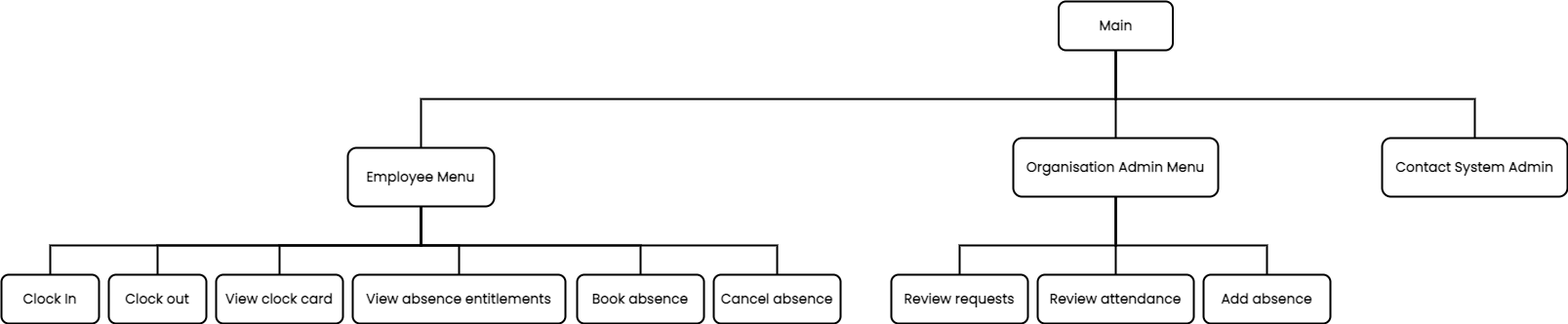
Earlier version of the draw.io export documentation/ux/structure.png (sejungkwak/work-time). Source tidied: cells renumbered, new cells last; positions are measured from the earlier drawing's top-left corner, leaving out a move shared by most shapes.
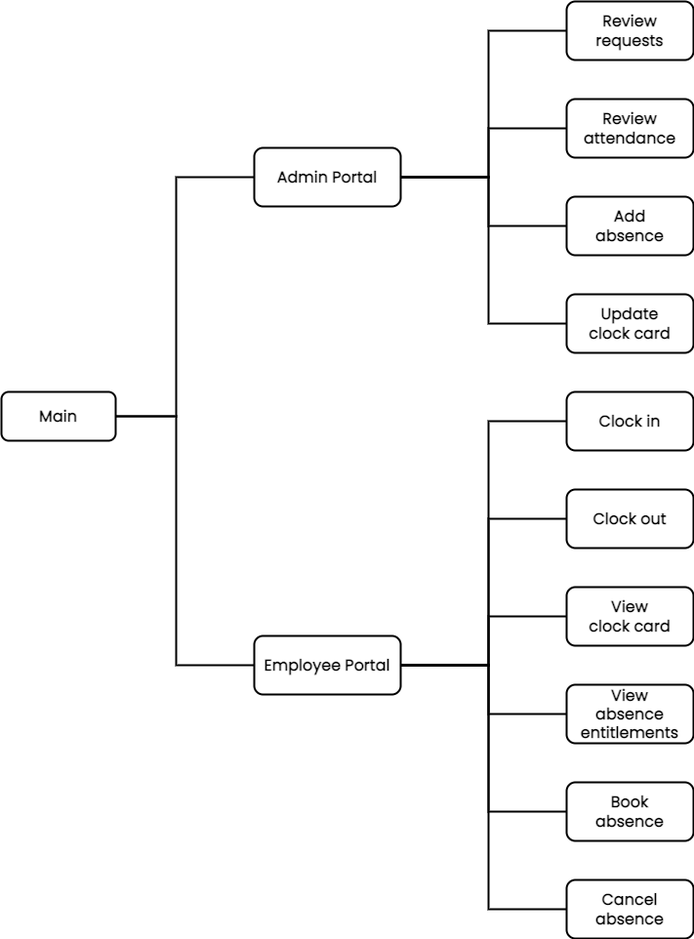
The same diagram one commit later.

Commit message:
mod: Replace app structure diagram file

Change to the diagram source:
```diff
@@ -2,130 +2,145 @@
   <root>
     <mxCell id="0" />
     <mxCell id="1" parent="0" />
-    <mxCell id="2" value="&lt;b&gt;&lt;font style=&quot;font-size: 14px;&quot;&gt;Main&lt;/font&gt;&lt;/b&gt;" style="rounded=1;whiteSpace=wrap;html=1;fontFamily=Poppins;fontSource=https%3A%2F%2Ffonts.googleapis.com%2Fcss%3Ffamily%3DPoppins;fontSize=12;strokeWidth=2;" parent="1" vertex="1">
-      <mxGeometry x="1083.5" width="117" height="50" as="geometry" />
+    <mxCell id="2" value="&lt;b style=&quot;font-size: 16px;&quot;&gt;&lt;font style=&quot;font-size: 16px;&quot;&gt;Main&lt;/font&gt;&lt;/b&gt;" style="rounded=1;whiteSpace=wrap;html=1;fontFamily=Poppins;fontSource=https%3A%2F%2Ffonts.googleapis.com%2Fcss%3Ffamily%3DPoppins;fontSize=16;strokeWidth=2;" parent="1" vertex="1">
+      <mxGeometry x="486" y="-140" width="117" height="50" as="geometry" />
     </mxCell>
-    <mxCell id="3" value="&lt;b&gt;&lt;font style=&quot;font-size: 14px;&quot;&gt;Employee Menu&lt;/font&gt;&lt;/b&gt;" style="rounded=1;whiteSpace=wrap;html=1;fontFamily=Poppins;fontSource=https%3A%2F%2Ffonts.googleapis.com%2Fcss%3Ffamily%3DPoppins;fontSize=12;strokeWidth=2;" parent="1" vertex="1">
-      <mxGeometry x="355" y="150" width="150" height="60" as="geometry" />
+    <mxCell id="3" value="&lt;b style=&quot;font-size: 16px;&quot;&gt;&lt;font style=&quot;font-size: 16px;&quot;&gt;Employee Portal&lt;/font&gt;&lt;/b&gt;" style="rounded=1;whiteSpace=wrap;html=1;fontFamily=Poppins;fontSource=https%3A%2F%2Ffonts.googleapis.com%2Fcss%3Ffamily%3DPoppins;fontSize=16;strokeWidth=2;" parent="1" vertex="1">
+      <mxGeometry x="745" y="110" width="150" height="60" as="geometry" />
     </mxCell>
-    <mxCell id="4" value="&lt;b&gt;&lt;font style=&quot;font-size: 14px;&quot;&gt;Organisation Admin Menu&lt;/font&gt;&lt;/b&gt;" style="rounded=1;whiteSpace=wrap;html=1;fontFamily=Poppins;fontSource=https%3A%2F%2Ffonts.googleapis.com%2Fcss%3Ffamily%3DPoppins;fontSize=12;strokeWidth=2;" parent="1" vertex="1">
-      <mxGeometry x="1037" y="140" width="210" height="60" as="geometry" />
+    <mxCell id="4" value="&lt;b style=&quot;font-size: 16px;&quot;&gt;&lt;font style=&quot;font-size: 16px;&quot;&gt;Admin Portal&lt;/font&gt;&lt;/b&gt;" style="rounded=1;whiteSpace=wrap;html=1;fontFamily=Poppins;fontSource=https%3A%2F%2Ffonts.googleapis.com%2Fcss%3Ffamily%3DPoppins;fontSize=16;strokeWidth=2;" parent="1" vertex="1">
+      <mxGeometry x="745" y="-390" width="150" height="60" as="geometry" />
     </mxCell>
-    <mxCell id="5" value="&lt;b&gt;&lt;font style=&quot;font-size: 14px;&quot;&gt;Contact System Admin&lt;/font&gt;&lt;/b&gt;" style="rounded=1;whiteSpace=wrap;html=1;fontFamily=Poppins;fontSource=https%3A%2F%2Ffonts.googleapis.com%2Fcss%3Ffamily%3DPoppins;fontSize=12;strokeWidth=2;" parent="1" vertex="1">
-      <mxGeometry x="1415" y="140" width="190" height="60" as="geometry" />
-    </mxCell>
-    <mxCell id="6" style="endArrow=none;html=1;rounded=0;entryX=0.5;entryY=1;entryDx=0;entryDy=0;exitX=0.5;exitY=0;exitDx=0;exitDy=0;fontFamily=Poppins;fontSource=https%3A%2F%2Ffonts.googleapis.com%2Fcss%3Ffamily%3DPoppins;fontSize=12;strokeWidth=2;" parent="1" edge="1" source="4" target="2">
-      <mxGeometry relative="1" as="geometry" />
+    <mxCell id="6" style="endArrow=none;html=1;rounded=0;exitX=0;exitY=0.5;exitDx=0;exitDy=0;fontFamily=Poppins;fontSource=https%3A%2F%2Ffonts.googleapis.com%2Fcss%3Ffamily%3DPoppins;fontSize=16;strokeWidth=2;entryX=1;entryY=0.5;entryDx=0;entryDy=0;" parent="1" edge="1" source="4" target="2">
+      <mxGeometry relative="1" as="geometry">
+        <Array as="points">
+          <mxPoint x="665" y="-360" />
+          <mxPoint x="665" y="-115" />
+        </Array>
+      </mxGeometry>
     </mxCell>
-    <mxCell id="7" style="endArrow=none;html=1;rounded=0;fontFamily=Poppins;fontSource=https%3A%2F%2Ffonts.googleapis.com%2Fcss%3Ffamily%3DPoppins;fontSize=14;exitX=0.5;exitY=0;exitDx=0;exitDy=0;entryX=0.5;entryY=1;entryDx=0;entryDy=0;strokeWidth=2;" parent="1" edge="1" source="3" target="2">
+    <mxCell id="7" style="endArrow=none;html=1;rounded=0;fontFamily=Poppins;fontSource=https%3A%2F%2Ffonts.googleapis.com%2Fcss%3Ffamily%3DPoppins;fontSize=16;strokeWidth=2;entryX=0;entryY=0.5;entryDx=0;entryDy=0;exitX=1;exitY=0.5;exitDx=0;exitDy=0;" parent="1" edge="1" source="2" target="3">
       <mxGeometry relative="1" as="geometry">
         <Array as="points">
-          <mxPoint x="430" y="100" />
-          <mxPoint x="1142" y="100" />
+          <mxPoint x="665" y="-115" />
+          <mxPoint x="665" y="140" />
         </Array>
       </mxGeometry>
     </mxCell>
-    <mxCell id="8" style="endArrow=none;html=1;rounded=0;fontFamily=Poppins;fontSource=https%3A%2F%2Ffonts.googleapis.com%2Fcss%3Ffamily%3DPoppins;fontSize=14;exitX=0.5;exitY=1;exitDx=0;exitDy=0;entryX=0.5;entryY=0;entryDx=0;entryDy=0;strokeWidth=2;" parent="1" edge="1" source="2" target="5">
-      <mxGeometry relative="1" as="geometry">
-        <Array as="points">
-          <mxPoint x="1142" y="100" />
-          <mxPoint x="1510" y="100" />
-        </Array>
-      </mxGeometry>
-    </mxCell>
-    <mxCell id="9" value="&lt;span style=&quot;text-align: left; font-size: 14px;&quot;&gt;Clock In&lt;/span&gt;" style="rounded=1;whiteSpace=wrap;html=1;fontFamily=Poppins;fontSource=https%3A%2F%2Ffonts.googleapis.com%2Fcss%3Ffamily%3DPoppins;fontSize=14;strokeWidth=2;fontStyle=1;" parent="1" vertex="1">
-      <mxGeometry y="280" width="100" height="50" as="geometry" />
+    <mxCell id="9" value="&lt;span style=&quot;text-align: left; font-size: 16px;&quot;&gt;Clock in&lt;/span&gt;" style="rounded=1;whiteSpace=wrap;html=1;fontFamily=Poppins;fontSource=https%3A%2F%2Ffonts.googleapis.com%2Fcss%3Ffamily%3DPoppins;fontSize=16;strokeWidth=2;fontStyle=1;" parent="1" vertex="1">
+      <mxGeometry x="1065" y="-140" width="130" height="60" as="geometry" />
     </mxCell>
-    <mxCell id="10" value="&lt;span style=&quot;text-align: left; font-size: 14px;&quot;&gt;Clock out&lt;/span&gt;" style="rounded=1;whiteSpace=wrap;html=1;fontFamily=Poppins;fontSource=https%3A%2F%2Ffonts.googleapis.com%2Fcss%3Ffamily%3DPoppins;fontSize=14;strokeWidth=2;fontStyle=1;" parent="1" vertex="1">
-      <mxGeometry x="110" y="280" width="100" height="50" as="geometry" />
+    <mxCell id="10" value="&lt;span style=&quot;text-align: left; font-size: 16px;&quot;&gt;Clock out&lt;/span&gt;" style="rounded=1;whiteSpace=wrap;html=1;fontFamily=Poppins;fontSource=https%3A%2F%2Ffonts.googleapis.com%2Fcss%3Ffamily%3DPoppins;fontSize=16;strokeWidth=2;fontStyle=1;" parent="1" vertex="1">
+      <mxGeometry x="1065" y="-40" width="130" height="60" as="geometry" />
     </mxCell>
-    <mxCell id="11" value="&lt;div style=&quot;text-align: left;&quot;&gt;&lt;span style=&quot;background-color: initial;&quot;&gt;View clock card&lt;/span&gt;&lt;/div&gt;" style="rounded=1;whiteSpace=wrap;html=1;fontFamily=Poppins;fontSource=https%3A%2F%2Ffonts.googleapis.com%2Fcss%3Ffamily%3DPoppins;fontSize=14;strokeWidth=2;fontStyle=1;" parent="1" vertex="1">
-      <mxGeometry x="220" y="280" width="130" height="50" as="geometry" />
+    <mxCell id="11" value="&lt;div style=&quot;font-size: 16px;&quot;&gt;&lt;span style=&quot;background-color: initial; font-size: 16px;&quot;&gt;View&lt;/span&gt;&lt;/div&gt;&lt;div style=&quot;font-size: 16px;&quot;&gt;&lt;span style=&quot;background-color: initial; font-size: 16px;&quot;&gt;clock&amp;nbsp;&lt;/span&gt;&lt;span style=&quot;background-color: initial;&quot;&gt;card&lt;/span&gt;&lt;/div&gt;" style="rounded=1;whiteSpace=wrap;html=1;fontFamily=Poppins;fontSource=https%3A%2F%2Ffonts.googleapis.com%2Fcss%3Ffamily%3DPoppins;fontSize=16;strokeWidth=2;fontStyle=1;align=center;" parent="1" vertex="1">
+      <mxGeometry x="1065" y="60" width="130" height="60" as="geometry" />
     </mxCell>
-    <mxCell id="12" value="&lt;div style=&quot;text-align: left;&quot;&gt;&lt;span style=&quot;background-color: initial;&quot;&gt;View absence entitlements&lt;/span&gt;&lt;/div&gt;" style="rounded=1;whiteSpace=wrap;html=1;fontFamily=Poppins;fontSource=https%3A%2F%2Ffonts.googleapis.com%2Fcss%3Ffamily%3DPoppins;fontSize=14;strokeWidth=2;fontStyle=1;" parent="1" vertex="1">
-      <mxGeometry x="360" y="280" width="218" height="50" as="geometry" />
+    <mxCell id="12" value="&lt;div style=&quot;font-size: 16px;&quot;&gt;&lt;span style=&quot;background-color: initial; font-size: 16px;&quot;&gt;View&lt;/span&gt;&lt;/div&gt;&lt;div style=&quot;font-size: 16px;&quot;&gt;&lt;span style=&quot;background-color: initial; font-size: 16px;&quot;&gt;absence&lt;/span&gt;&lt;/div&gt;&lt;div style=&quot;font-size: 16px;&quot;&gt;&lt;span style=&quot;background-color: initial; font-size: 16px;&quot;&gt;entitlements&lt;/span&gt;&lt;/div&gt;" style="rounded=1;whiteSpace=wrap;html=1;fontFamily=Poppins;fontSource=https%3A%2F%2Ffonts.googleapis.com%2Fcss%3Ffamily%3DPoppins;fontSize=16;strokeWidth=2;fontStyle=1;align=center;" parent="1" vertex="1">
+      <mxGeometry x="1065" y="160" width="130" height="60" as="geometry" />
     </mxCell>
-    <mxCell id="13" value="&lt;div style=&quot;text-align: left;&quot;&gt;&lt;span style=&quot;background-color: initial;&quot;&gt;Book absence&lt;/span&gt;&lt;/div&gt;" style="rounded=1;whiteSpace=wrap;html=1;fontFamily=Poppins;fontSource=https%3A%2F%2Ffonts.googleapis.com%2Fcss%3Ffamily%3DPoppins;fontSize=14;strokeWidth=2;fontStyle=1;" parent="1" vertex="1">
-      <mxGeometry x="590" y="280" width="130" height="50" as="geometry" />
+    <mxCell id="13" value="&lt;div style=&quot;font-size: 16px;&quot;&gt;&lt;span style=&quot;background-color: initial; font-size: 16px;&quot;&gt;Book&lt;/span&gt;&lt;/div&gt;&lt;div style=&quot;font-size: 16px;&quot;&gt;&lt;span style=&quot;background-color: initial; font-size: 16px;&quot;&gt;absence&lt;/span&gt;&lt;/div&gt;" style="rounded=1;whiteSpace=wrap;html=1;fontFamily=Poppins;fontSource=https%3A%2F%2Ffonts.googleapis.com%2Fcss%3Ffamily%3DPoppins;fontSize=16;strokeWidth=2;fontStyle=1;align=center;" parent="1" vertex="1">
+      <mxGeometry x="1065" y="260" width="130" height="60" as="geometry" />
     </mxCell>
-    <mxCell id="14" value="&lt;div style=&quot;text-align: left;&quot;&gt;&lt;span style=&quot;background-color: initial;&quot;&gt;Cancel absence&lt;/span&gt;&lt;/div&gt;" style="rounded=1;whiteSpace=wrap;html=1;fontFamily=Poppins;fontSource=https%3A%2F%2Ffonts.googleapis.com%2Fcss%3Ffamily%3DPoppins;fontSize=14;strokeWidth=2;fontStyle=1;" parent="1" vertex="1">
-      <mxGeometry x="730" y="280" width="130" height="50" as="geometry" />
+    <mxCell id="14" value="&lt;div style=&quot;font-size: 16px;&quot;&gt;&lt;span style=&quot;background-color: initial; font-size: 16px;&quot;&gt;Cancel absence&lt;/span&gt;&lt;/div&gt;" style="rounded=1;whiteSpace=wrap;html=1;fontFamily=Poppins;fontSource=https%3A%2F%2Ffonts.googleapis.com%2Fcss%3Ffamily%3DPoppins;fontSize=16;strokeWidth=2;fontStyle=1;align=center;" parent="1" vertex="1">
+      <mxGeometry x="1065" y="360" width="130" height="60" as="geometry" />
     </mxCell>
-    <mxCell id="15" style="endArrow=none;html=1;rounded=0;fontFamily=Poppins;fontSource=https%3A%2F%2Ffonts.googleapis.com%2Fcss%3Ffamily%3DPoppins;fontSize=14;strokeWidth=2;entryX=0.5;entryY=1;entryDx=0;entryDy=0;exitX=0.5;exitY=0;exitDx=0;exitDy=0;" parent="1" edge="1" source="12" target="3">
+    <mxCell id="15" style="endArrow=none;html=1;rounded=0;fontFamily=Poppins;fontSource=https%3A%2F%2Ffonts.googleapis.com%2Fcss%3Ffamily%3DPoppins;fontSize=16;strokeWidth=2;entryX=1;entryY=0.5;entryDx=0;entryDy=0;exitX=0;exitY=0.5;exitDx=0;exitDy=0;" parent="1" edge="1" source="12" target="3">
       <mxGeometry relative="1" as="geometry">
         <Array as="points">
-          <mxPoint x="469" y="250" />
-          <mxPoint x="430" y="250" />
+          <mxPoint x="985" y="190" />
+          <mxPoint x="985" y="140" />
         </Array>
       </mxGeometry>
     </mxCell>
-    <mxCell id="16" style="endArrow=none;html=1;rounded=0;fontFamily=Poppins;fontSource=https%3A%2F%2Ffonts.googleapis.com%2Fcss%3Ffamily%3DPoppins;fontSize=14;strokeWidth=2;entryX=0.5;entryY=1;entryDx=0;entryDy=0;exitX=0.5;exitY=0;exitDx=0;exitDy=0;" parent="1" edge="1" source="9" target="3">
+    <mxCell id="16" style="endArrow=none;html=1;rounded=0;fontFamily=Poppins;fontSource=https%3A%2F%2Ffonts.googleapis.com%2Fcss%3Ffamily%3DPoppins;fontSize=16;strokeWidth=2;entryX=1;entryY=0.5;entryDx=0;entryDy=0;exitX=0;exitY=0.5;exitDx=0;exitDy=0;" parent="1" edge="1" source="9" target="3">
       <mxGeometry relative="1" as="geometry">
         <Array as="points">
-          <mxPoint x="50" y="250" />
-          <mxPoint x="430" y="250" />
+          <mxPoint x="985" y="-110" />
+          <mxPoint x="985" y="140" />
         </Array>
       </mxGeometry>
     </mxCell>
-    <mxCell id="17" style="endArrow=none;html=1;rounded=0;fontFamily=Poppins;fontSource=https%3A%2F%2Ffonts.googleapis.com%2Fcss%3Ffamily%3DPoppins;fontSize=14;strokeWidth=2;entryX=0.5;entryY=1;entryDx=0;entryDy=0;exitX=0.5;exitY=0;exitDx=0;exitDy=0;" parent="1" edge="1" source="10" target="3">
+    <mxCell id="17" style="endArrow=none;html=1;rounded=0;fontFamily=Poppins;fontSource=https%3A%2F%2Ffonts.googleapis.com%2Fcss%3Ffamily%3DPoppins;fontSize=16;strokeWidth=2;entryX=1;entryY=0.5;entryDx=0;entryDy=0;" parent="1" edge="1" target="3">
       <mxGeometry relative="1" as="geometry">
+        <mxPoint x="1065" y="-10" as="sourcePoint" />
         <Array as="points">
-          <mxPoint x="160" y="250" />
-          <mxPoint x="430" y="250" />
+          <mxPoint x="985" y="-10" />
+          <mxPoint x="985" y="140" />
         </Array>
       </mxGeometry>
     </mxCell>
-    <mxCell id="18" style="endArrow=none;html=1;rounded=0;fontFamily=Poppins;fontSource=https%3A%2F%2Ffonts.googleapis.com%2Fcss%3Ffamily%3DPoppins;fontSize=14;strokeWidth=2;entryX=0.5;entryY=1;entryDx=0;entryDy=0;exitX=0.5;exitY=0;exitDx=0;exitDy=0;" parent="1" edge="1" source="11" target="3">
+    <mxCell id="18" style="endArrow=none;html=1;rounded=0;fontFamily=Poppins;fontSource=https%3A%2F%2Ffonts.googleapis.com%2Fcss%3Ffamily%3DPoppins;fontSize=16;strokeWidth=2;entryX=1;entryY=0.5;entryDx=0;entryDy=0;exitX=0;exitY=0.5;exitDx=0;exitDy=0;" parent="1" edge="1" source="11" target="3">
       <mxGeometry relative="1" as="geometry">
         <Array as="points">
-          <mxPoint x="285" y="250" />
-          <mxPoint x="430" y="250" />
+          <mxPoint x="985" y="90" />
+          <mxPoint x="985" y="140" />
         </Array>
       </mxGeometry>
     </mxCell>
-    <mxCell id="19" style="endArrow=none;html=1;rounded=0;fontFamily=Poppins;fontSource=https%3A%2F%2Ffonts.googleapis.com%2Fcss%3Ffamily%3DPoppins;fontSize=14;strokeWidth=2;exitX=0.5;exitY=1;exitDx=0;exitDy=0;entryX=0.5;entryY=0;entryDx=0;entryDy=0;" parent="1" edge="1" source="3" target="13">
+    <mxCell id="19" style="endArrow=none;html=1;rounded=0;fontFamily=Poppins;fontSource=https%3A%2F%2Ffonts.googleapis.com%2Fcss%3Ffamily%3DPoppins;fontSize=16;strokeWidth=2;entryX=0;entryY=0.5;entryDx=0;entryDy=0;" parent="1" edge="1" target="13">
       <mxGeometry relative="1" as="geometry">
+        <mxPoint x="895" y="140" as="sourcePoint" />
         <Array as="points">
-          <mxPoint x="430" y="250" />
-          <mxPoint x="655" y="250" />
+          <mxPoint x="985" y="140" />
+          <mxPoint x="985" y="290" />
         </Array>
       </mxGeometry>
     </mxCell>
-    <mxCell id="20" style="endArrow=none;html=1;rounded=0;fontFamily=Poppins;fontSource=https%3A%2F%2Ffonts.googleapis.com%2Fcss%3Ffamily%3DPoppins;fontSize=14;strokeWidth=2;exitX=0.5;exitY=1;exitDx=0;exitDy=0;entryX=0.5;entryY=0;entryDx=0;entryDy=0;" parent="1" edge="1" source="3" target="14">
+    <mxCell id="20" style="endArrow=none;html=1;rounded=0;fontFamily=Poppins;fontSource=https%3A%2F%2Ffonts.googleapis.com%2Fcss%3Ffamily%3DPoppins;fontSize=16;strokeWidth=2;entryX=0;entryY=0.5;entryDx=0;entryDy=0;exitX=1;exitY=0.5;exitDx=0;exitDy=0;" parent="1" edge="1" source="3" target="14">
       <mxGeometry relative="1" as="geometry">
         <Array as="points">
-          <mxPoint x="430" y="250" />
-          <mxPoint x="795" y="250" />
+          <mxPoint x="985" y="140" />
+          <mxPoint x="985" y="390" />
         </Array>
       </mxGeometry>
     </mxCell>
-    <mxCell id="21" value="&lt;div style=&quot;text-align: left;&quot;&gt;&lt;span style=&quot;background-color: initial;&quot;&gt;Review requests&lt;/span&gt;&lt;/div&gt;" style="rounded=1;whiteSpace=wrap;html=1;fontFamily=Poppins;fontSource=https%3A%2F%2Ffonts.googleapis.com%2Fcss%3Ffamily%3DPoppins;fontSize=14;strokeWidth=2;fontStyle=1;" parent="1" vertex="1">
-      <mxGeometry x="912" y="280" width="140" height="50" as="geometry" />
+    <mxCell id="21" value="&lt;div style=&quot;font-size: 16px;&quot;&gt;&lt;span style=&quot;background-color: initial; font-size: 16px;&quot;&gt;Review&lt;/span&gt;&lt;/div&gt;&lt;div style=&quot;font-size: 16px;&quot;&gt;&lt;span style=&quot;background-color: initial; font-size: 16px;&quot;&gt;requests&lt;/span&gt;&lt;/div&gt;" style="rounded=1;whiteSpace=wrap;html=1;fontFamily=Poppins;fontSource=https%3A%2F%2Ffonts.googleapis.com%2Fcss%3Ffamily%3DPoppins;fontSize=16;strokeWidth=2;fontStyle=1;align=center;" parent="1" vertex="1">
+      <mxGeometry x="1065" y="-540" width="130" height="60" as="geometry" />
     </mxCell>
-    <mxCell id="22" value="&lt;div style=&quot;text-align: left;&quot;&gt;&lt;span style=&quot;background-color: initial;&quot;&gt;Review attendance&lt;/span&gt;&lt;/div&gt;" style="rounded=1;whiteSpace=wrap;html=1;fontFamily=Poppins;fontSource=https%3A%2F%2Ffonts.googleapis.com%2Fcss%3Ffamily%3DPoppins;fontSize=14;strokeWidth=2;fontStyle=1;" parent="1" vertex="1">
-      <mxGeometry x="1062" y="280" width="160" height="50" as="geometry" />
+    <mxCell id="22" value="&lt;div style=&quot;font-size: 16px;&quot;&gt;&lt;span style=&quot;background-color: initial; font-size: 16px;&quot;&gt;Review&lt;/span&gt;&lt;/div&gt;&lt;div style=&quot;font-size: 16px;&quot;&gt;&lt;span style=&quot;background-color: initial; font-size: 16px;&quot;&gt;attendance&lt;/span&gt;&lt;/div&gt;" style="rounded=1;whiteSpace=wrap;html=1;fontFamily=Poppins;fontSource=https%3A%2F%2Ffonts.googleapis.com%2Fcss%3Ffamily%3DPoppins;fontSize=16;strokeWidth=2;fontStyle=1;align=center;" parent="1" vertex="1">
+      <mxGeometry x="1065" y="-440" width="130" height="60" as="geometry" />
     </mxCell>
-    <mxCell id="23" value="&lt;div style=&quot;text-align: left;&quot;&gt;&lt;span style=&quot;background-color: initial;&quot;&gt;Add absence&lt;/span&gt;&lt;/div&gt;" style="rounded=1;whiteSpace=wrap;html=1;fontFamily=Poppins;fontSource=https%3A%2F%2Ffonts.googleapis.com%2Fcss%3Ffamily%3DPoppins;fontSize=14;strokeWidth=2;fontStyle=1;" parent="1" vertex="1">
-      <mxGeometry x="1232" y="280" width="130" height="50" as="geometry" />
+    <mxCell id="23" value="&lt;div style=&quot;font-size: 16px;&quot;&gt;&lt;span style=&quot;background-color: initial; font-size: 16px;&quot;&gt;Add&lt;/span&gt;&lt;/div&gt;&lt;div style=&quot;font-size: 16px;&quot;&gt;&lt;span style=&quot;background-color: initial; font-size: 16px;&quot;&gt;absence&lt;/span&gt;&lt;/div&gt;" style="rounded=1;whiteSpace=wrap;html=1;fontFamily=Poppins;fontSource=https%3A%2F%2Ffonts.googleapis.com%2Fcss%3Ffamily%3DPoppins;fontSize=16;strokeWidth=2;fontStyle=1;align=center;" parent="1" vertex="1">
+      <mxGeometry x="1065" y="-340" width="130" height="60" as="geometry" />
     </mxCell>
-    <mxCell id="24" style="endArrow=none;html=1;rounded=0;fontFamily=Poppins;fontSource=https%3A%2F%2Ffonts.googleapis.com%2Fcss%3Ffamily%3DPoppins;fontSize=14;strokeWidth=2;exitX=0.5;exitY=0;exitDx=0;exitDy=0;entryX=0.5;entryY=1;entryDx=0;entryDy=0;" parent="1" edge="1" source="21" target="4">
+    <mxCell id="24" style="endArrow=none;html=1;rounded=0;fontFamily=Poppins;fontSource=https%3A%2F%2Ffonts.googleapis.com%2Fcss%3Ffamily%3DPoppins;fontSize=16;strokeWidth=2;exitX=0;exitY=0.5;exitDx=0;exitDy=0;" parent="1" edge="1" source="21">
       <mxGeometry relative="1" as="geometry">
+        <mxPoint x="895" y="-360" as="targetPoint" />
         <Array as="points">
-          <mxPoint x="982" y="250" />
-          <mxPoint x="1142" y="250" />
+          <mxPoint x="985" y="-510" />
+          <mxPoint x="985" y="-360" />
         </Array>
       </mxGeometry>
     </mxCell>
-    <mxCell id="25" style="endArrow=none;html=1;rounded=0;fontFamily=Poppins;fontSource=https%3A%2F%2Ffonts.googleapis.com%2Fcss%3Ffamily%3DPoppins;fontSize=14;strokeWidth=2;exitX=0.5;exitY=1;exitDx=0;exitDy=0;entryX=0.5;entryY=0;entryDx=0;entryDy=0;" parent="1" edge="1" source="4" target="22">
-      <mxGeometry relative="1" as="geometry" />
+    <mxCell id="25" style="endArrow=none;html=1;rounded=0;fontFamily=Poppins;fontSource=https%3A%2F%2Ffonts.googleapis.com%2Fcss%3Ffamily%3DPoppins;fontSize=16;strokeWidth=2;entryX=0;entryY=0.5;entryDx=0;entryDy=0;" parent="1" edge="1" target="22">
+      <mxGeometry relative="1" as="geometry">
+        <mxPoint x="895" y="-360" as="sourcePoint" />
+        <Array as="points">
+          <mxPoint x="985" y="-360" />
+          <mxPoint x="985" y="-410" />
+        </Array>
+      </mxGeometry>
     </mxCell>
-    <mxCell id="26" style="endArrow=none;html=1;rounded=0;fontFamily=Poppins;fontSource=https%3A%2F%2Ffonts.googleapis.com%2Fcss%3Ffamily%3DPoppins;fontSize=14;strokeWidth=2;exitX=0.5;exitY=1;exitDx=0;exitDy=0;entryX=0.5;entryY=0;entryDx=0;entryDy=0;" parent="1" edge="1" source="4" target="23">
+    <mxCell id="26" style="endArrow=none;html=1;rounded=0;fontFamily=Poppins;fontSource=https%3A%2F%2Ffonts.googleapis.com%2Fcss%3Ffamily%3DPoppins;fontSize=16;strokeWidth=2;exitX=1;exitY=0.5;exitDx=0;exitDy=0;entryX=0;entryY=0.5;entryDx=0;entryDy=0;" parent="1" edge="1" source="4" target="23">
       <mxGeometry relative="1" as="geometry">
         <Array as="points">
-          <mxPoint x="1142" y="250" />
-          <mxPoint x="1297" y="250" />
+          <mxPoint x="985" y="-360" />
+          <mxPoint x="985" y="-310" />
         </Array>
       </mxGeometry>
     </mxCell>
+    <mxCell id="27" value="&lt;div style=&quot;font-size: 16px;&quot;&gt;Update&lt;/div&gt;&lt;div style=&quot;font-size: 16px;&quot;&gt;clock card&lt;/div&gt;" style="rounded=1;whiteSpace=wrap;html=1;fontFamily=Poppins;fontSource=https%3A%2F%2Ffonts.googleapis.com%2Fcss%3Ffamily%3DPoppins;fontSize=16;strokeWidth=2;fontStyle=1;align=center;" parent="1" vertex="1">
+      <mxGeometry x="1065" y="-240" width="130" height="60" as="geometry" />
+    </mxCell>
+    <mxCell id="28" style="endArrow=none;html=1;rounded=0;fontFamily=Poppins;fontSource=https%3A%2F%2Ffonts.googleapis.com%2Fcss%3Ffamily%3DPoppins;fontSize=16;strokeWidth=2;entryX=0;entryY=0.5;entryDx=0;entryDy=0;exitX=1;exitY=0.5;exitDx=0;exitDy=0;" parent="1" edge="1" source="4" target="27">
+      <mxGeometry relative="1" as="geometry">
+        <Array as="points">
+          <mxPoint x="985" y="-360" />
+          <mxPoint x="985" y="-310" />
+          <mxPoint x="985" y="-210" />
+        </Array>
+      </mxGeometry>
+    </mxCell>
   </root>
 </mxGraphModel>
```
